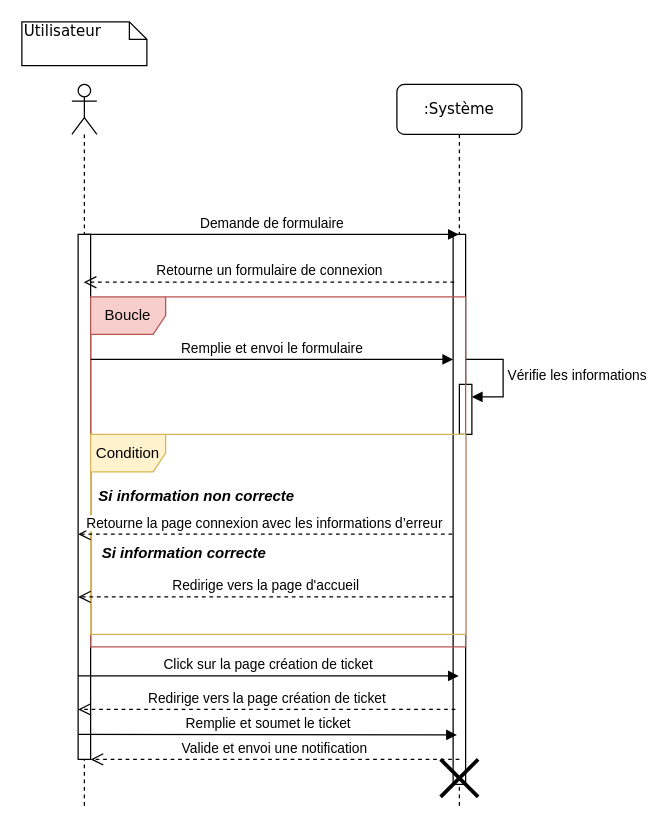
The draw.io diagram page "Séquence authentification" (2 of 5) of learnandconnect.drawio in reyptz/learnandconnectUML, before the edit. Source tidied: cells renumbered, new cells numbered last; positions are measured from the earlier drawing's top-left corner, leaving out a move shared by most shapes. Both pictures are drawn from the tidied source at 125%, with x=0, y=0 at pixel (21, 21).
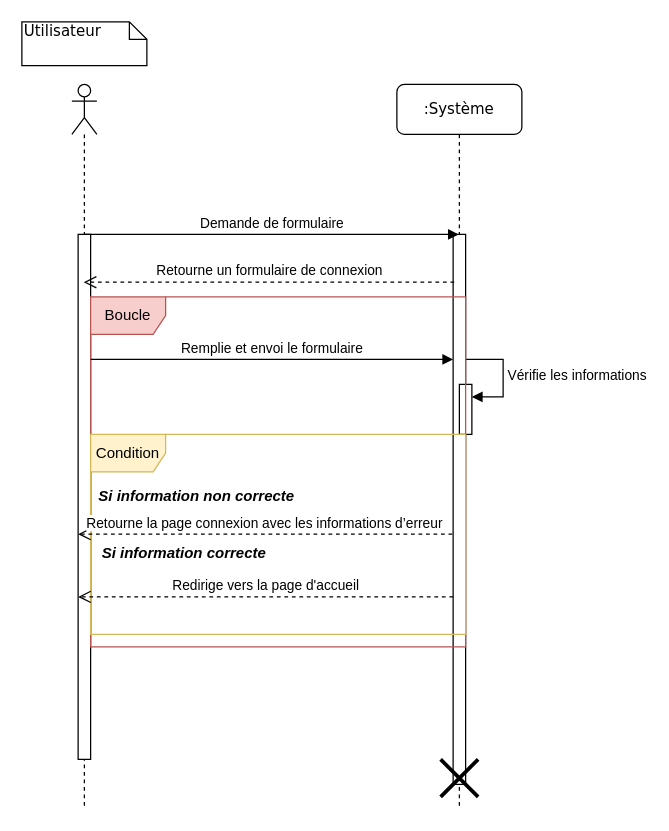
After the change.

The change refers to these unchanged cells:
```xml
<mxCell id="2" value=":Système" style="shape=umlLifeline;perimeter=lifelinePerimeter;whiteSpace=wrap;html=1;outlineConnect=0;rounded=1;shadow=0;comic=0;labelBackgroundColor=none;strokeWidth=1;fontFamily=Verdana;fontSize=12;align=center;" parent="1" vertex="1">
  <mxGeometry x="300" y="50" width="100" height="580" as="geometry" />
</mxCell>
<mxCell id="9" style="html=1;points=[];perimeter=orthogonalPerimeter;rounded=0;shadow=0;comic=0;labelBackgroundColor=none;strokeWidth=1;fontFamily=Verdana;fontSize=12;align=center;" parent="1" vertex="1">
  <mxGeometry x="45" y="170" width="10" height="420" as="geometry" />
</mxCell>
```

What changed in the source:
```diff
@@
-    <mxCell id="19" value="Click sur la page création de ticket" style="html=1;verticalAlign=bottom;endArrow=block;curved=0;rounded=0;exitX=0.003;exitY=0.841;exitDx=0;exitDy=0;exitPerimeter=0;" parent="1" edge="1" source="9" target="2">
-      <mxGeometry relative="1" as="geometry" />
-    </mxCell>
-    <mxCell id="20" value="Redirige vers la page création de ticket" style="html=1;verticalAlign=bottom;endArrow=open;dashed=1;endSize=8;curved=0;rounded=0;entryX=-0.176;entryY=0.883;entryDx=0;entryDy=0;entryPerimeter=0;" parent="1" edge="1">
-      <mxGeometry relative="1" as="geometry">
-        <mxPoint x="346.8" y="550" as="sourcePoint" />
-        <mxPoint x="45" y="550" as="targetPoint" />
-      </mxGeometry>
-    </mxCell>
-    <mxCell id="21" value="Remplie et soumet le ticket" style="html=1;verticalAlign=bottom;endArrow=block;curved=0;rounded=0;entryX=0.122;entryY=0.901;entryDx=0;entryDy=0;entryPerimeter=0;exitX=-0.176;exitY=0.943;exitDx=0;exitDy=0;exitPerimeter=0;" parent="1" edge="1">
-      <mxGeometry relative="1" as="geometry">
-        <mxPoint x="45" y="570" as="sourcePoint" />
-        <mxPoint x="348" y="570.4" as="targetPoint" />
-      </mxGeometry>
-    </mxCell>
-    <mxCell id="22" value="Valide et envoi une notification" style="html=1;verticalAlign=bottom;endArrow=open;dashed=1;endSize=8;curved=0;rounded=0;" parent="1" edge="1" target="9">
-      <mxGeometry relative="1" as="geometry">
-        <mxPoint x="350" y="590" as="sourcePoint" />
-      </mxGeometry>
-    </mxCell>
```
